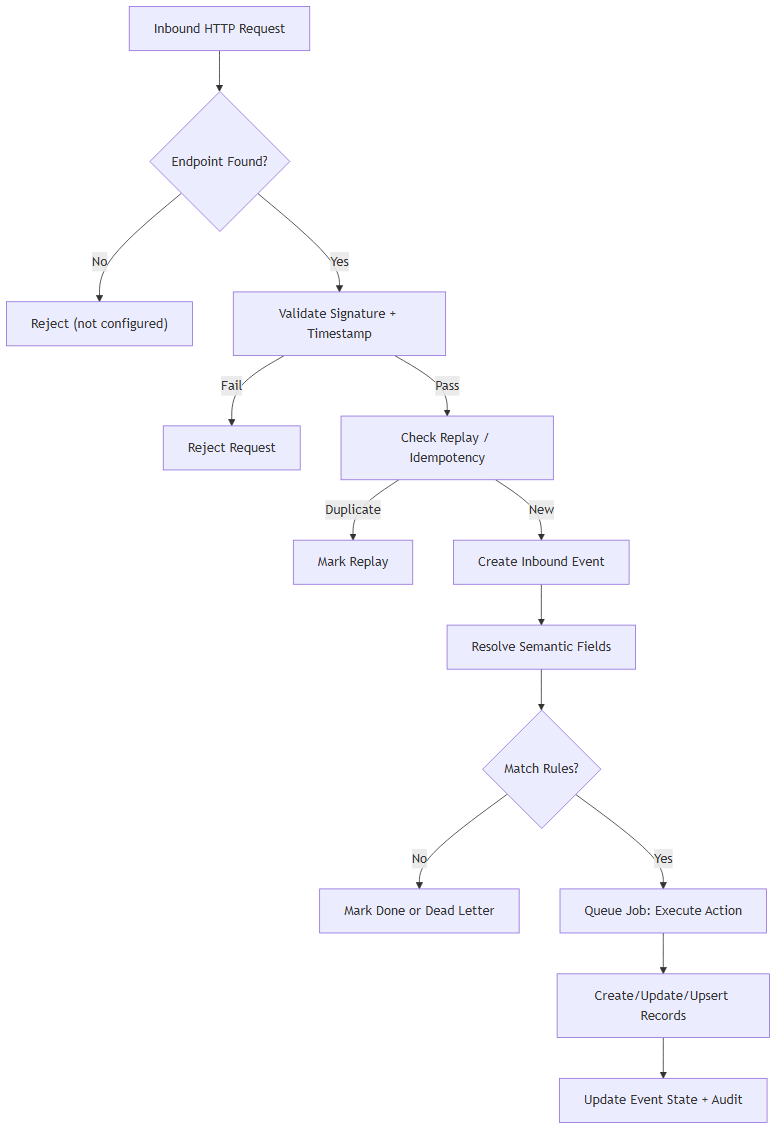
Earlier version of the Mermaid export bwt_webhooks_inbound/static/description/diagrams/webhooks-inbound-flow.png (bitwise-hq/odoo-webhooks). Its source is kept beside it as docs/diagrams/webhooks-inbound-flow.mmd.
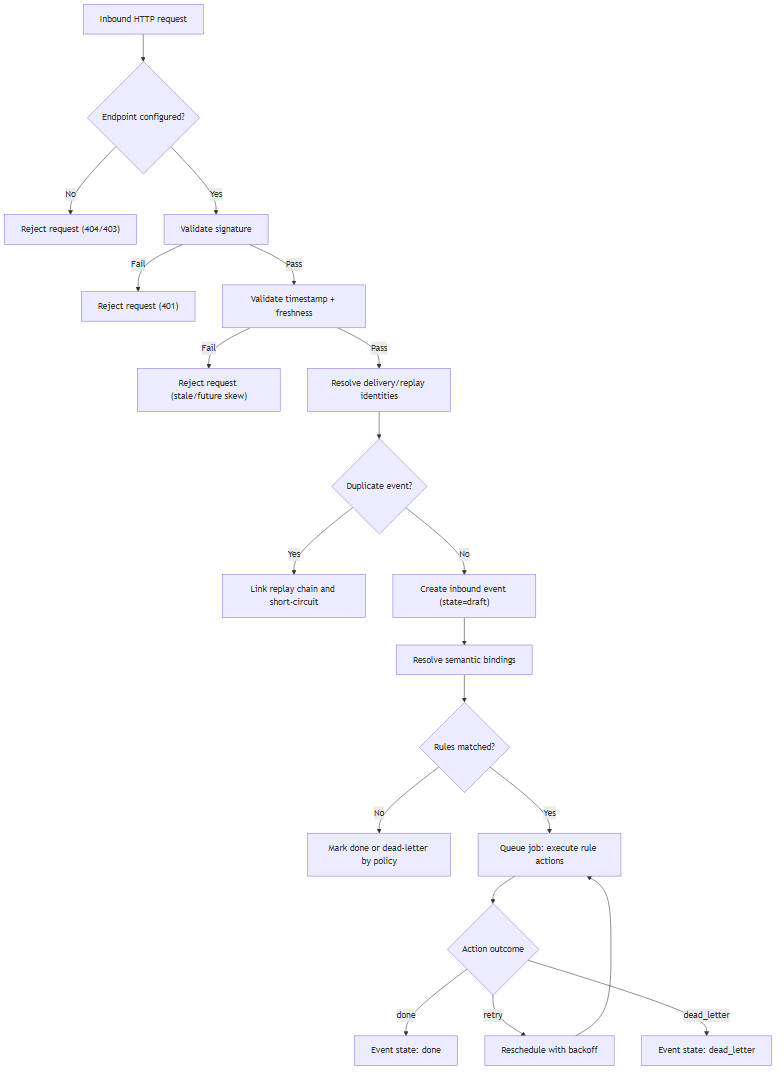
The same file after the commit.

The edit, as a diff of the source:
```diff
@@ -1,14 +1,20 @@
 flowchart TD
-  A["Inbound HTTP Request"] --> B{"Endpoint Found?"}
-  B -- No --> Z["Reject (not configured)"]
-  B -- Yes --> C["Validate Signature + Timestamp"]
-  C -- Fail --> D["Reject Request"]
-  C -- Pass --> E["Check Replay / Idempotency"]
-  E -- Duplicate --> F["Mark Replay"]
-  E -- New --> G["Create Inbound Event"]
-  G --> H["Resolve Semantic Fields"]
-  H --> I{"Match Rules?"}
-  I -- No --> J["Mark Done or Dead Letter"]
-  I -- Yes --> K["Queue Job: Execute Action"]
-  K --> L["Create/Update/Upsert Records"]
-  L --> M["Update Event State + Audit"]
+  A["Inbound HTTP request"] --> B{"Endpoint configured?"}
+  B -- No --> R1["Reject request (404/403)"]
+  B -- Yes --> C["Validate signature"]
+  C -- Fail --> R2["Reject request (401)"]
+  C -- Pass --> D["Validate timestamp + freshness"]
+  D -- Fail --> R3["Reject request (stale/future skew)"]
+  D -- Pass --> E["Resolve delivery/replay identities"]
+  E --> F{"Duplicate event?"}
+  F -- Yes --> G["Link replay chain and short-circuit"]
+  F -- No --> H["Create inbound event (state=draft)"]
+  H --> I["Resolve semantic bindings"]
+  I --> J{"Rules matched?"}
+  J -- No --> K["Mark done or dead-letter by policy"]
+  J -- Yes --> L["Queue job: execute rule actions"]
+  L --> M{"Action outcome"}
+  M -- done --> N["Event state: done"]
+  M -- retry --> O["Reschedule with backoff"]
+  M -- dead_letter --> P["Event state: dead_letter"]
+  O --> L
```
